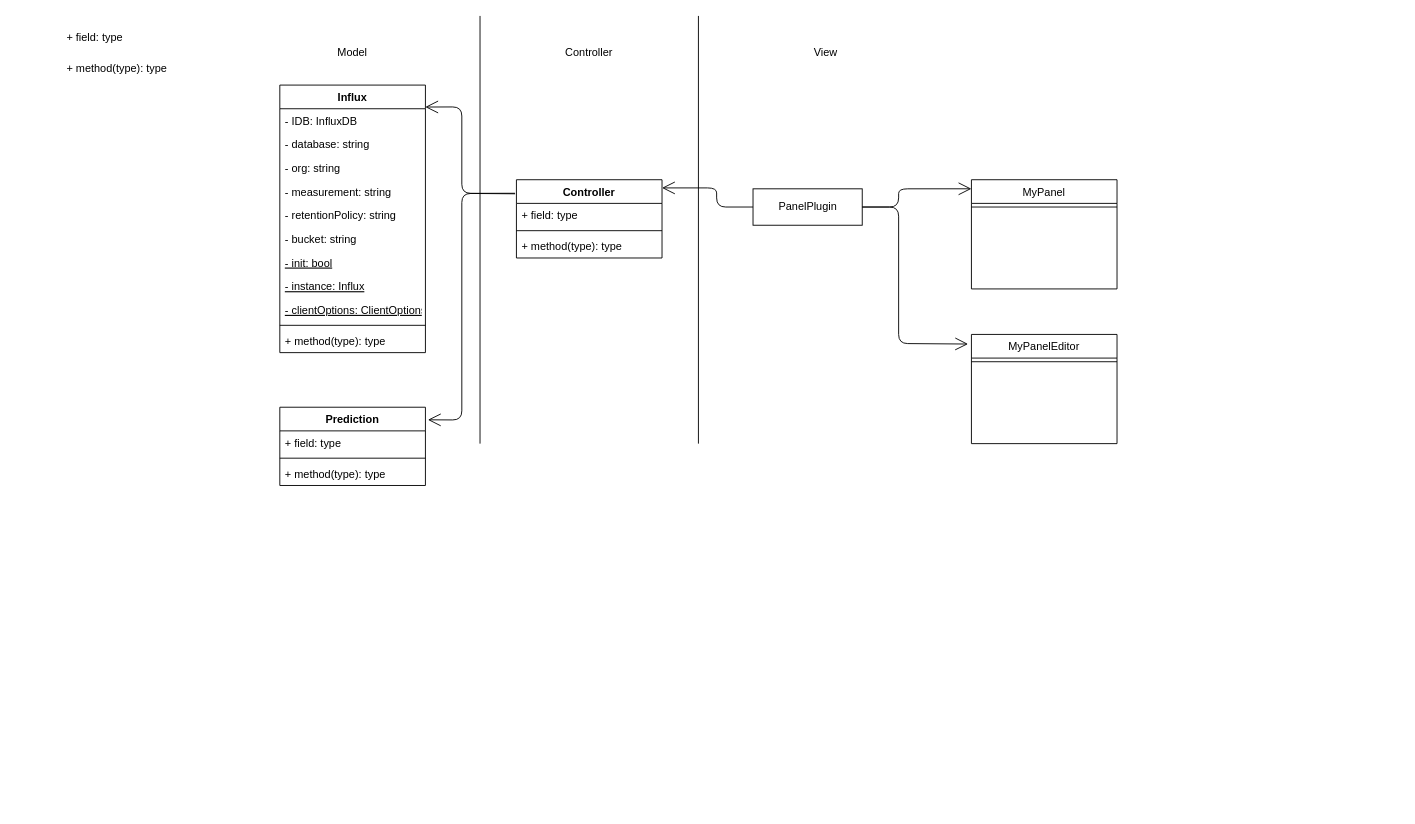
Earlier version of the draw.io diagram my-plugin/uml/drawio/plugin_diagram.drawio (teamafkSWE/PredireConGrafana-SW). Source tidied: cells renumbered, new cells numbered last; positions are measured from the earlier drawing's top-left corner, leaving out a move shared by most shapes. Both pictures are drawn from the tidied source at 91%, with x=0, y=0 at pixel (61, 15).
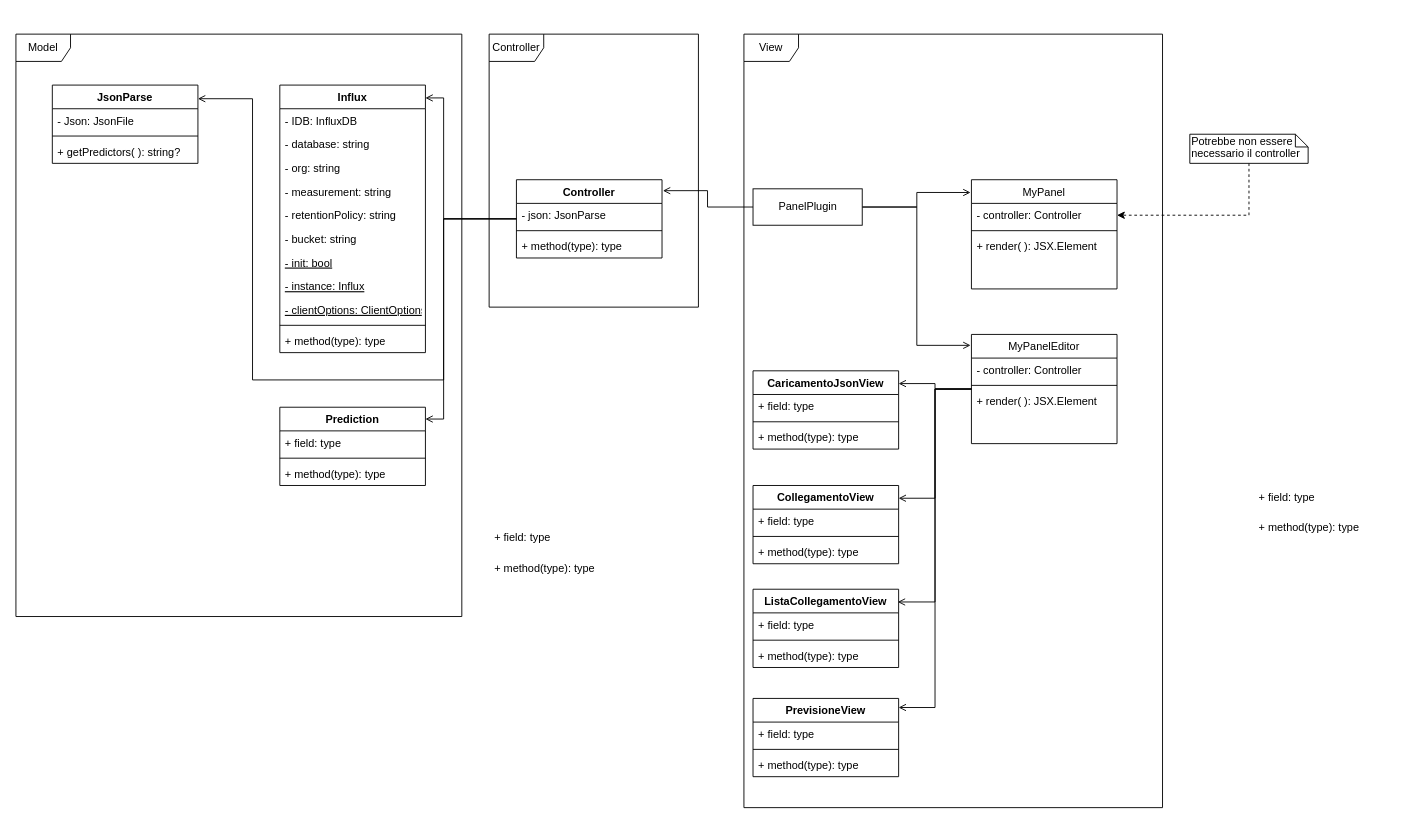
The same diagram, later.

The change refers to these unchanged cells:
```xml
<mxCell id="7" value="MyPanelEditor" style="swimlane;fontStyle=0;align=center;verticalAlign=top;horizontal=1;startSize=26;rounded=0;shadow=0;strokeWidth=1;" parent="1" vertex="1">
  <mxGeometry x="1000" y="350" width="160" height="120" as="geometry" />
</mxCell>
<mxCell id="9" value="MyPanel" style="swimlane;fontStyle=0;align=center;verticalAlign=top;horizontal=1;startSize=26;rounded=0;shadow=0;strokeWidth=1;" parent="1" vertex="1">
  <mxGeometry x="1000" y="180" width="160" height="120" as="geometry" />
</mxCell>
<mxCell id="15" value="Controller" style="swimlane;fontStyle=1;align=center;verticalAlign=top;horizontal=1;startSize=26;" parent="1" vertex="1">
  <mxGeometry x="500" y="180" width="160" height="86" as="geometry" />
</mxCell>
<mxCell id="24" value="Prediction" style="swimlane;fontStyle=1;align=center;verticalAlign=top;horizontal=1;startSize=26;" parent="1" vertex="1">
  <mxGeometry x="240" y="430" width="160" height="86" as="geometry" />
</mxCell>
<mxCell id="28" value="Influx" style="swimlane;fontStyle=1;align=center;verticalAlign=top;horizontal=1;startSize=26;" parent="1" vertex="1">
  <mxGeometry x="240" y="76" width="160" height="294" as="geometry" />
</mxCell>
```

Diff of the diagram source:
```diff
@@
+    <mxCell id="21" value="View" style="shape=umlFrame;whiteSpace=wrap;html=1;" parent="1" vertex="1">
+      <mxGeometry x="750" y="20" width="460" height="850" as="geometry" />
+    </mxCell>
+    <mxCell id="19" value="Controller" style="shape=umlFrame;whiteSpace=wrap;html=1;" parent="1" vertex="1">
+      <mxGeometry x="470" y="20" width="230" height="300" as="geometry" />
+    </mxCell>
+    <mxCell id="20" value="Model" style="shape=umlFrame;whiteSpace=wrap;html=1;" parent="1" vertex="1">
+      <mxGeometry x="-50" y="20" width="490" height="640" as="geometry" />
+    </mxCell>
@@
-    <mxCell id="3" value="PanelPlugin" style="html=1;" parent="1" vertex="1">
-      <mxGeometry x="760" y="190" width="120" height="40" as="geometry" />
-    </mxCell>
-    <mxCell id="4" style="endArrow=open;endFill=1;endSize=12;html=1;exitX=0;exitY=0.5;exitDx=0;exitDy=0;" parent="1" edge="1" source="3">
-      <mxGeometry relative="1" as="geometry">
-        <mxPoint x="660" y="189" as="targetPoint" />
-        <Array as="points">
-          <mxPoint x="720" y="210" />
-          <mxPoint x="720" y="189" />
-        </Array>
-      </mxGeometry>
-    </mxCell>
-    <mxCell id="5" style="endArrow=open;endFill=1;endSize=12;html=1;exitX=1;exitY=0.5;exitDx=0;exitDy=0;entryX=0;entryY=0.083;entryDx=0;entryDy=0;entryPerimeter=0;" parent="1" edge="1" source="3" target="9">
-      <mxGeometry relative="1" as="geometry">
-        <Array as="points">
-          <mxPoint x="920" y="210" />
-          <mxPoint x="920" y="190" />
-        </Array>
-      </mxGeometry>
+    <mxCell id="5" style="edgeStyle=orthogonalEdgeStyle;rounded=0;jettySize=auto;html=1;entryX=-0.006;entryY=0.117;entryDx=0;entryDy=0;entryPerimeter=0;endArrow=open;endFill=0;" parent="1" edge="1" source="3" target="9">
+      <mxGeometry relative="1" as="geometry" />
     </mxCell>
-    <mxCell id="6" style="endArrow=open;endFill=1;endSize=12;html=1;exitX=1;exitY=0.5;exitDx=0;exitDy=0;entryX=-0.023;entryY=0.088;entryDx=0;entryDy=0;entryPerimeter=0;" parent="1" edge="1" source="3" target="7">
-      <mxGeometry relative="1" as="geometry">
-        <Array as="points">
-          <mxPoint x="920" y="210" />
-          <mxPoint x="920" y="360" />
-        </Array>
-      </mxGeometry>
+    <mxCell id="6" style="edgeStyle=orthogonalEdgeStyle;rounded=0;jettySize=auto;html=1;entryX=-0.006;entryY=0.1;entryDx=0;entryDy=0;entryPerimeter=0;endArrow=open;endFill=0;" parent="1" edge="1" source="3" target="7">
+      <mxGeometry relative="1" as="geometry" />
     </mxCell>
+    <mxCell id="40" style="edgeStyle=orthogonalEdgeStyle;rounded=0;jettySize=auto;html=1;entryX=1.006;entryY=0.14;entryDx=0;entryDy=0;entryPerimeter=0;endArrow=open;endFill=0;" parent="1" edge="1" source="3" target="15">
+      <mxGeometry relative="1" as="geometry" />
+    </mxCell>
+    <mxCell id="3" value="PanelPlugin" style="html=1;" parent="1" vertex="1">
+      <mxGeometry x="760" y="190" width="120" height="40" as="geometry" />
+    </mxCell>
+    <mxCell id="41" style="edgeStyle=orthogonalEdgeStyle;rounded=0;jettySize=auto;html=1;entryX=1;entryY=0.163;entryDx=0;entryDy=0;entryPerimeter=0;endArrow=open;endFill=0;" parent="1" edge="1" source="7" target="58">
+      <mxGeometry relative="1" as="geometry" />
+    </mxCell>
+    <mxCell id="42" style="edgeStyle=orthogonalEdgeStyle;rounded=0;jettySize=auto;html=1;entryX=1;entryY=0.163;entryDx=0;entryDy=0;entryPerimeter=0;endArrow=open;endFill=0;" parent="1" edge="1" source="7" target="62">
+      <mxGeometry relative="1" as="geometry" />
+    </mxCell>
+    <mxCell id="43" style="edgeStyle=orthogonalEdgeStyle;rounded=0;jettySize=auto;html=1;entryX=0.994;entryY=0.163;entryDx=0;entryDy=0;entryPerimeter=0;endArrow=open;endFill=0;" parent="1" edge="1" source="7" target="66">
+      <mxGeometry relative="1" as="geometry" />
+    </mxCell>
+    <mxCell id="44" style="edgeStyle=orthogonalEdgeStyle;rounded=0;jettySize=auto;html=1;entryX=1;entryY=0.116;entryDx=0;entryDy=0;entryPerimeter=0;endArrow=open;endFill=0;" parent="1" edge="1" source="7" target="70">
+      <mxGeometry relative="1" as="geometry" />
+    </mxCell>
@@
+    <mxCell id="45" value="- controller: Controller" style="text;strokeColor=none;fillColor=none;align=left;verticalAlign=top;spacingLeft=4;spacingRight=4;overflow=hidden;" parent="7" vertex="1">
+      <mxGeometry y="26" width="160" height="26" as="geometry" />
+    </mxCell>
     <mxCell id="8" style="line;html=1;strokeWidth=1;align=left;verticalAlign=middle;spacingTop=-1;spacingLeft=3;spacingRight=3;labelPosition=right;" parent="7" vertex="1">
-      <mxGeometry y="26" width="160" height="8" as="geometry" />
+      <mxGeometry y="52" width="160" height="8" as="geometry" />
     </mxCell>
+    <mxCell id="46" value="+ render( ): JSX.Element" style="text;strokeColor=none;fillColor=none;align=left;verticalAlign=top;spacingLeft=4;spacingRight=4;overflow=hidden;" parent="7" vertex="1">
+      <mxGeometry y="60" width="160" height="26" as="geometry" />
+    </mxCell>
@@
+    <mxCell id="47" value="- controller: Controller" style="text;strokeColor=none;fillColor=none;align=left;verticalAlign=top;spacingLeft=4;spacingRight=4;overflow=hidden;points=[[0,0.5],[1,0.5]];portConstraint=eastwest;" parent="9" vertex="1">
+      <mxGeometry y="26" width="160" height="26" as="geometry" />
+    </mxCell>
     <mxCell id="10" style="line;html=1;strokeWidth=1;align=left;verticalAlign=middle;spacingTop=-1;spacingLeft=3;spacingRight=3;labelPosition=right;" parent="9" vertex="1">
-      <mxGeometry y="26" width="160" height="8" as="geometry" />
+      <mxGeometry y="52" width="160" height="8" as="geometry" />
     </mxCell>
+    <mxCell id="48" value="+ render( ): JSX.Element" style="text;strokeColor=none;fillColor=none;align=left;verticalAlign=top;spacingLeft=4;spacingRight=4;overflow=hidden;" parent="9" vertex="1">
+      <mxGeometry y="60" width="160" height="26" as="geometry" />
+    </mxCell>
+    <mxCell id="49" style="edgeStyle=orthogonalEdgeStyle;rounded=0;jettySize=auto;html=1;entryX=1;entryY=0.174;entryDx=0;entryDy=0;entryPerimeter=0;endArrow=open;endFill=0;" parent="1" edge="1" source="15" target="52">
+      <mxGeometry relative="1" as="geometry">
+        <Array as="points">
+          <mxPoint x="420" y="223" />
+          <mxPoint x="420" y="400" />
+          <mxPoint x="210" y="400" />
+          <mxPoint x="210" y="91" />
+        </Array>
+      </mxGeometry>
+    </mxCell>
+    <mxCell id="12" style="edgeStyle=orthogonalEdgeStyle;rounded=0;jettySize=auto;html=1;entryX=1;entryY=0.048;entryDx=0;entryDy=0;entryPerimeter=0;endArrow=open;endFill=0;" parent="1" edge="1" source="15" target="28">
+      <mxGeometry relative="1" as="geometry">
+        <Array as="points">
+          <mxPoint x="420" y="223" />
+          <mxPoint x="420" y="90" />
+        </Array>
+      </mxGeometry>
+    </mxCell>
-    <mxCell id="11" style="endArrow=open;endFill=1;endSize=12;html=1;exitX=-0.009;exitY=0.18;exitDx=0;exitDy=0;exitPerimeter=0;entryX=1.017;entryY=0.161;entryDx=0;entryDy=0;entryPerimeter=0;" parent="1" edge="1" source="15" target="24">
+    <mxCell id="11" style="edgeStyle=orthogonalEdgeStyle;rounded=0;jettySize=auto;html=1;entryX=1;entryY=0.151;entryDx=0;entryDy=0;entryPerimeter=0;endArrow=open;endFill=0;" parent="1" edge="1" source="15" target="24">
       <mxGeometry relative="1" as="geometry">
         <Array as="points">
-          <mxPoint x="440" y="195" />
-          <mxPoint x="440" y="444" />
+          <mxPoint x="420" y="223" />
+          <mxPoint x="420" y="443" />
         </Array>
       </mxGeometry>
     </mxCell>
-    <mxCell id="12" style="endArrow=open;endFill=1;endSize=12;html=1;entryX=0.999;entryY=0.082;entryDx=0;entryDy=0;entryPerimeter=0;exitX=-0.01;exitY=0.173;exitDx=0;exitDy=0;exitPerimeter=0;" parent="1" edge="1" source="15" target="28">
-      <mxGeometry relative="1" as="geometry">
-        <Array as="points">
-          <mxPoint x="440" y="195" />
-          <mxPoint x="440" y="100" />
-        </Array>
-      </mxGeometry>
-    </mxCell>
-    <mxCell id="13" style="endArrow=none;html=1;" parent="1" edge="1">
-      <mxGeometry relative="1" as="geometry">
-        <mxPoint x="460" y="470" as="sourcePoint" />
-        <mxPoint x="460" as="targetPoint" />
-      </mxGeometry>
-    </mxCell>
-    <mxCell id="14" style="endArrow=none;html=1;" parent="1" edge="1">
-      <mxGeometry relative="1" as="geometry">
-        <mxPoint x="700" y="470" as="sourcePoint" />
-        <mxPoint x="700" as="targetPoint" />
-      </mxGeometry>
-    </mxCell>
@@
-    <mxCell id="16" value="+ field: type" style="text;strokeColor=none;fillColor=none;align=left;verticalAlign=top;spacingLeft=4;spacingRight=4;overflow=hidden;" parent="15" vertex="1">
+    <mxCell id="16" value="- json: JsonParse" style="text;strokeColor=none;fillColor=none;align=left;verticalAlign=top;spacingLeft=4;spacingRight=4;overflow=hidden;" parent="15" vertex="1">
       <mxGeometry y="26" width="160" height="26" as="geometry" />
     </mxCell>
@@
-    <mxCell id="19" value="Controller" style="text;html=1;strokeColor=none;fillColor=none;align=center;verticalAlign=middle;whiteSpace=wrap;rounded=0;" parent="1" vertex="1">
-      <mxGeometry x="545" y="30" width="70" height="20" as="geometry" />
-    </mxCell>
-    <mxCell id="20" value="Model" style="text;html=1;strokeColor=none;fillColor=none;align=center;verticalAlign=middle;whiteSpace=wrap;rounded=0;" parent="1" vertex="1">
-      <mxGeometry x="300" y="30" width="40" height="20" as="geometry" />
-    </mxCell>
-    <mxCell id="21" value="View" style="text;html=1;strokeColor=none;fillColor=none;align=center;verticalAlign=middle;whiteSpace=wrap;rounded=0;" parent="1" vertex="1">
-      <mxGeometry x="820" y="30" width="40" height="20" as="geometry" />
-    </mxCell>
     <mxCell id="22" value="+ field: type" style="text;strokeColor=none;fillColor=none;align=left;verticalAlign=top;spacingLeft=4;spacingRight=4;overflow=hidden;" parent="1" vertex="1">
-      <mxGeometry y="10" width="160" height="26" as="geometry" />
+      <mxGeometry x="470" y="560" width="160" height="26" as="geometry" />
     </mxCell>
     <mxCell id="23" value="+ method(type): type" style="text;strokeColor=none;fillColor=none;align=left;verticalAlign=top;spacingLeft=4;spacingRight=4;overflow=hidden;" parent="1" vertex="1">
-      <mxGeometry y="44" width="160" height="26" as="geometry" />
+      <mxGeometry x="470" y="594" width="160" height="26" as="geometry" />
     </mxCell>
@@
+    <mxCell id="50" value="+ field: type" style="text;strokeColor=none;fillColor=none;align=left;verticalAlign=top;spacingLeft=4;spacingRight=4;overflow=hidden;" parent="1" vertex="1">
+      <mxGeometry x="1310" y="515" width="160" height="26" as="geometry" />
+    </mxCell>
+    <mxCell id="51" value="+ method(type): type" style="text;strokeColor=none;fillColor=none;align=left;verticalAlign=top;spacingLeft=4;spacingRight=4;overflow=hidden;" parent="1" vertex="1">
+      <mxGeometry x="1310" y="549" width="160" height="26" as="geometry" />
+    </mxCell>
+    <mxCell id="52" value="JsonParse" style="swimlane;fontStyle=1;align=center;verticalAlign=top;horizontal=1;startSize=26;" parent="1" vertex="1">
+      <mxGeometry x="-10" y="76" width="160" height="86" as="geometry" />
+    </mxCell>
+    <mxCell id="53" value="- Json: JsonFile" style="text;strokeColor=none;fillColor=none;align=left;verticalAlign=top;spacingLeft=4;spacingRight=4;overflow=hidden;" parent="52" vertex="1">
+      <mxGeometry y="26" width="160" height="26" as="geometry" />
+    </mxCell>
+    <mxCell id="54" style="line;strokeWidth=1;fillColor=none;align=left;verticalAlign=middle;spacingTop=-1;spacingLeft=3;spacingRight=3;labelPosition=right;" parent="52" vertex="1">
+      <mxGeometry y="52" width="160" height="8" as="geometry" />
+    </mxCell>
+    <mxCell id="55" value="+ getPredictors( ): string?" style="text;strokeColor=none;fillColor=none;align=left;verticalAlign=top;spacingLeft=4;spacingRight=4;overflow=hidden;" parent="52" vertex="1">
+      <mxGeometry y="60" width="160" height="26" as="geometry" />
+    </mxCell>
+    <mxCell id="56" style="edgeStyle=orthogonalEdgeStyle;rounded=0;jettySize=auto;html=1;entryX=1;entryY=0.5;entryDx=0;entryDy=0;dashed=1;" parent="1" edge="1" source="57" target="47">
+      <mxGeometry relative="1" as="geometry" />
+    </mxCell>
+    <mxCell id="57" value="Potrebbe non essere necessario il controller" style="shape=note;whiteSpace=wrap;html=1;size=14;verticalAlign=top;align=left;spacingTop=-6;" parent="1" vertex="1">
+      <mxGeometry x="1240" y="130" width="130" height="32" as="geometry" />
+    </mxCell>
+    <mxCell id="58" value="CaricamentoJsonView" style="swimlane;fontStyle=1;align=center;verticalAlign=top;horizontal=1;startSize=26;" parent="1" vertex="1">
+      <mxGeometry x="760" y="390" width="160" height="86" as="geometry" />
+    </mxCell>
+    <mxCell id="59" value="+ field: type" style="text;strokeColor=none;fillColor=none;align=left;verticalAlign=top;spacingLeft=4;spacingRight=4;overflow=hidden;" parent="58" vertex="1">
+      <mxGeometry y="26" width="160" height="26" as="geometry" />
+    </mxCell>
+    <mxCell id="60" style="line;strokeWidth=1;fillColor=none;align=left;verticalAlign=middle;spacingTop=-1;spacingLeft=3;spacingRight=3;labelPosition=right;" parent="58" vertex="1">
+      <mxGeometry y="52" width="160" height="8" as="geometry" />
+    </mxCell>
+    <mxCell id="61" value="+ method(type): type" style="text;strokeColor=none;fillColor=none;align=left;verticalAlign=top;spacingLeft=4;spacingRight=4;overflow=hidden;" parent="58" vertex="1">
+      <mxGeometry y="60" width="160" height="26" as="geometry" />
+    </mxCell>
+    <mxCell id="62" value="CollegamentoView" style="swimlane;fontStyle=1;align=center;verticalAlign=top;horizontal=1;startSize=26;" parent="1" vertex="1">
+      <mxGeometry x="760" y="516" width="160" height="86" as="geometry" />
+    </mxCell>
+    <mxCell id="63" value="+ field: type" style="text;strokeColor=none;fillColor=none;align=left;verticalAlign=top;spacingLeft=4;spacingRight=4;overflow=hidden;" parent="62" vertex="1">
+      <mxGeometry y="26" width="160" height="26" as="geometry" />
+    </mxCell>
+    <mxCell id="64" style="line;strokeWidth=1;fillColor=none;align=left;verticalAlign=middle;spacingTop=-1;spacingLeft=3;spacingRight=3;labelPosition=right;" parent="62" vertex="1">
+      <mxGeometry y="52" width="160" height="8" as="geometry" />
+    </mxCell>
+    <mxCell id="65" value="+ method(type): type" style="text;strokeColor=none;fillColor=none;align=left;verticalAlign=top;spacingLeft=4;spacingRight=4;overflow=hidden;" parent="62" vertex="1">
+      <mxGeometry y="60" width="160" height="26" as="geometry" />
+    </mxCell>
+    <mxCell id="66" value="ListaCollegamentoView" style="swimlane;fontStyle=1;align=center;verticalAlign=top;horizontal=1;startSize=26;" parent="1" vertex="1">
+      <mxGeometry x="760" y="630" width="160" height="86" as="geometry" />
+    </mxCell>
+    <mxCell id="67" value="+ field: type" style="text;strokeColor=none;fillColor=none;align=left;verticalAlign=top;spacingLeft=4;spacingRight=4;overflow=hidden;" parent="66" vertex="1">
+      <mxGeometry y="26" width="160" height="26" as="geometry" />
+    </mxCell>
+    <mxCell id="68" style="line;strokeWidth=1;fillColor=none;align=left;verticalAlign=middle;spacingTop=-1;spacingLeft=3;spacingRight=3;labelPosition=right;" parent="66" vertex="1">
+      <mxGeometry y="52" width="160" height="8" as="geometry" />
+    </mxCell>
+    <mxCell id="69" value="+ method(type): type" style="text;strokeColor=none;fillColor=none;align=left;verticalAlign=top;spacingLeft=4;spacingRight=4;overflow=hidden;" parent="66" vertex="1">
+      <mxGeometry y="60" width="160" height="26" as="geometry" />
+    </mxCell>
+    <mxCell id="70" value="PrevisioneView" style="swimlane;fontStyle=1;align=center;verticalAlign=top;horizontal=1;startSize=26;" parent="1" vertex="1">
+      <mxGeometry x="760" y="750" width="160" height="86" as="geometry" />
+    </mxCell>
+    <mxCell id="71" value="+ field: type" style="text;strokeColor=none;fillColor=none;align=left;verticalAlign=top;spacingLeft=4;spacingRight=4;overflow=hidden;" parent="70" vertex="1">
+      <mxGeometry y="26" width="160" height="26" as="geometry" />
+    </mxCell>
+    <mxCell id="72" style="line;strokeWidth=1;fillColor=none;align=left;verticalAlign=middle;spacingTop=-1;spacingLeft=3;spacingRight=3;labelPosition=right;" parent="70" vertex="1">
+      <mxGeometry y="52" width="160" height="8" as="geometry" />
+    </mxCell>
+    <mxCell id="73" value="+ method(type): type" style="text;strokeColor=none;fillColor=none;align=left;verticalAlign=top;spacingLeft=4;spacingRight=4;overflow=hidden;" parent="70" vertex="1">
+      <mxGeometry y="60" width="160" height="26" as="geometry" />
+    </mxCell>
```
